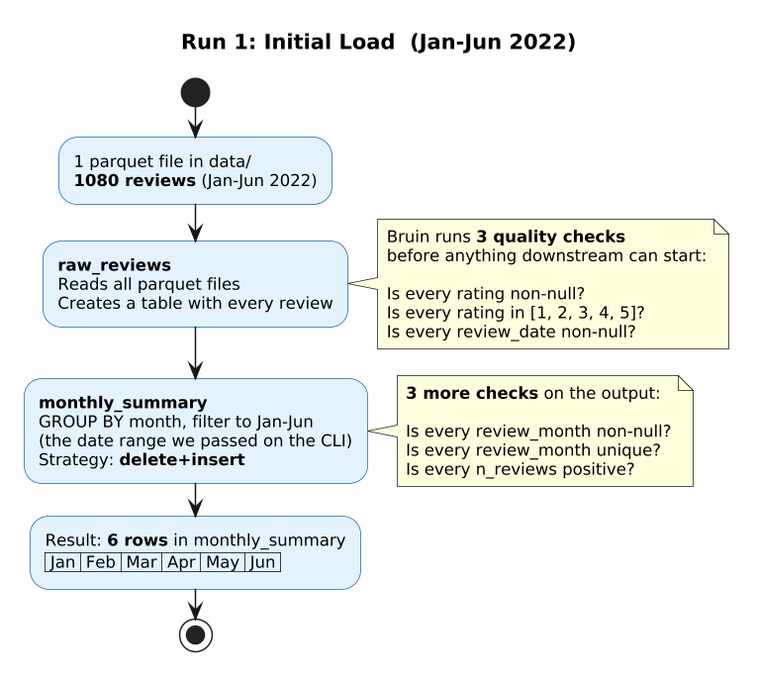
ilyamusabirov/525next-steps keeps this PlantUML diagram as img/diagram-bruin-run1.png. Above is the earlier version. Source of this version:
```plantuml
@startuml
scale 1.5
skinparam defaultFontSize 11
skinparam ActivityBackgroundColor #e3f2fd
skinparam ActivityBorderColor #1565c0

title Run 1: Initial Load  (Jan-Jun 2022)

start
:1 parquet file in data/\n**1080 reviews** (Jan-Jun 2022);

:**raw_reviews**\nReads all parquet files\nCreates a table with every review;
note right
  Bruin runs **3 quality checks**
  before anything downstream can start:

  Is every rating non-null?
  Is every rating in [1, 2, 3, 4, 5]?
  Is every review_date non-null?
end note

:**monthly_summary**\nGROUP BY month, filter to Jan-Jun\n(the date range we passed on the CLI)\nStrategy: **delete+insert**;
note right
  **3 more checks** on the output:

  Is every review_month non-null?
  Is every review_month unique?
  Is every n_reviews positive?
end note

:Result: **6 rows** in monthly_summary\n| Jan | Feb | Mar | Apr | May | Jun |;
stop
@enduml
```
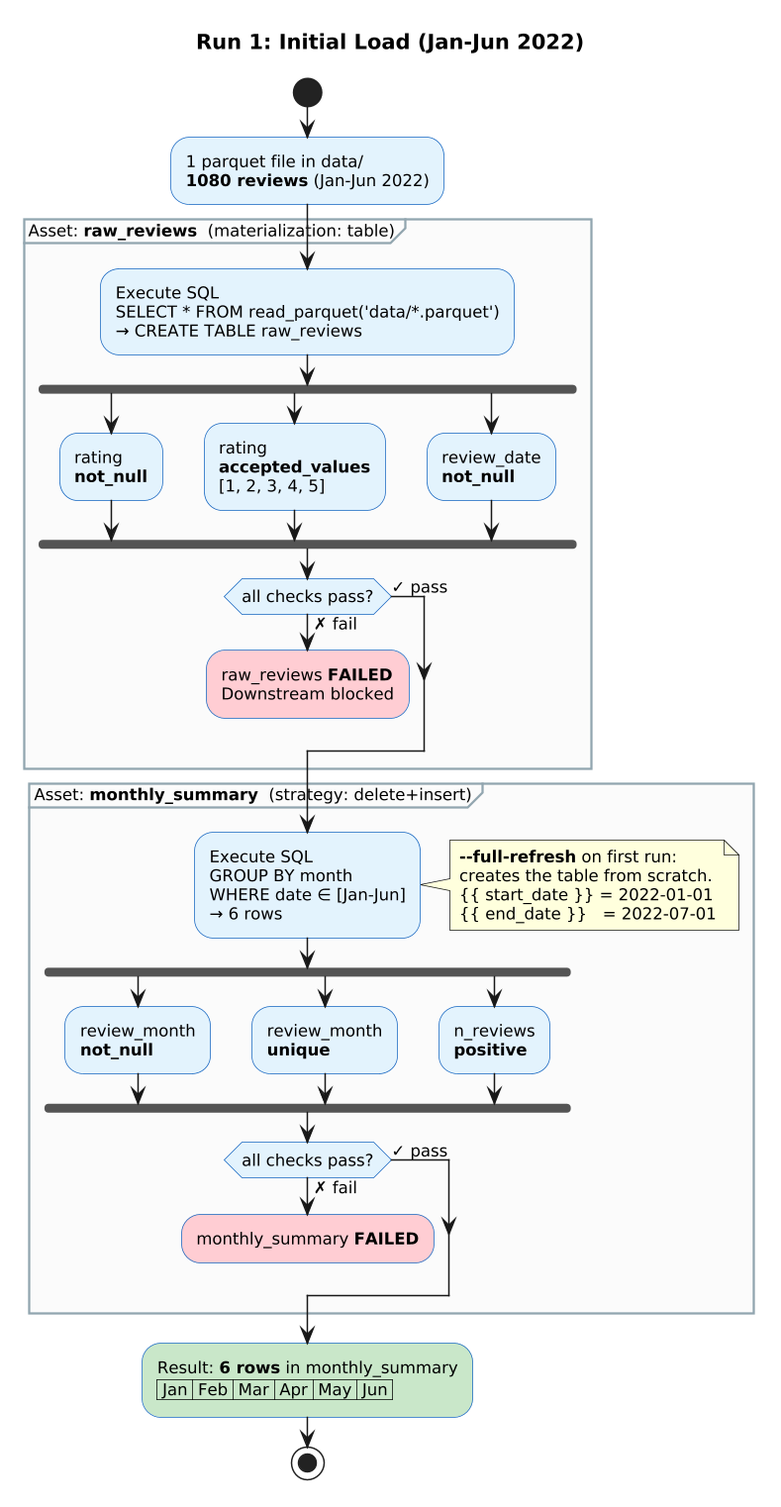
Above is the later version.

Diff of the diagram source:
```diff
@@ -3,31 +3,59 @@
 skinparam defaultFontSize 11
 skinparam ActivityBackgroundColor #e3f2fd
 skinparam ActivityBorderColor #1565c0
+skinparam DiamondBackgroundColor #fff9c4
+skinparam DiamondBorderColor #f0c040
+skinparam PartitionBackgroundColor #fafafa
+skinparam PartitionBorderColor #90a4ae
 
-title Run 1: Initial Load  (Jan-Jun 2022)
+title Run 1: Initial Load (Jan-Jun 2022)
 
 start
 :1 parquet file in data/\n**1080 reviews** (Jan-Jun 2022);
 
-:**raw_reviews**\nReads all parquet files\nCreates a table with every review;
-note right
-  Bruin runs **3 quality checks**
-  before anything downstream can start:
+partition "Asset: **raw_reviews**  (materialization: table)" {
+  :Execute SQL\nSELECT * FROM read_parquet('data/*.parquet')\n→ CREATE TABLE raw_reviews;
 
-  Is every rating non-null?
-  Is every rating in [1, 2, 3, 4, 5]?
-  Is every review_date non-null?
-end note
+  fork
+    :rating\n**not_null**;
+  fork again
+    :rating\n**accepted_values**\n[1, 2, 3, 4, 5];
+  fork again
+    :review_date\n**not_null**;
+  end fork
 
-:**monthly_summary**\nGROUP BY month, filter to Jan-Jun\n(the date range we passed on the CLI)\nStrategy: **delete+insert**;
-note right
-  **3 more checks** on the output:
+  if (all checks pass?) then (✓ pass)
+  else (✗ fail)
+    :raw_reviews **FAILED**\nDownstream blocked; <<#ffcdd2>>
+    kill
+  endif
+}
 
-  Is every review_month non-null?
-  Is every review_month unique?
-  Is every n_reviews positive?
-end note
+partition "Asset: **monthly_summary**  (strategy: delete+insert)" {
+  :Execute SQL\nGROUP BY month\nWHERE date ∈ [Jan-Jun]\n→ 6 rows;
+  note right
+    **--full-refresh** on first run:
+    creates the table from scratch.
+    {{ start_date }} = 2022-01-01
+    {{ end_date }}   = 2022-07-01
+  end note
 
-:Result: **6 rows** in monthly_summary\n| Jan | Feb | Mar | Apr | May | Jun |;
+  fork
+    :review_month\n**not_null**;
+  fork again
+    :review_month\n**unique**;
+  fork again
+    :n_reviews\n**positive**;
+  end fork
+
+  if (all checks pass?) then (✓ pass)
+  else (✗ fail)
+    :monthly_summary **FAILED**; <<#ffcdd2>>
+    kill
+  endif
+}
+
+:Result: **6 rows** in monthly_summary
+| Jan | Feb | Mar | Apr | May | Jun |; <<#c8e6c9>>
 stop
 @enduml
```
